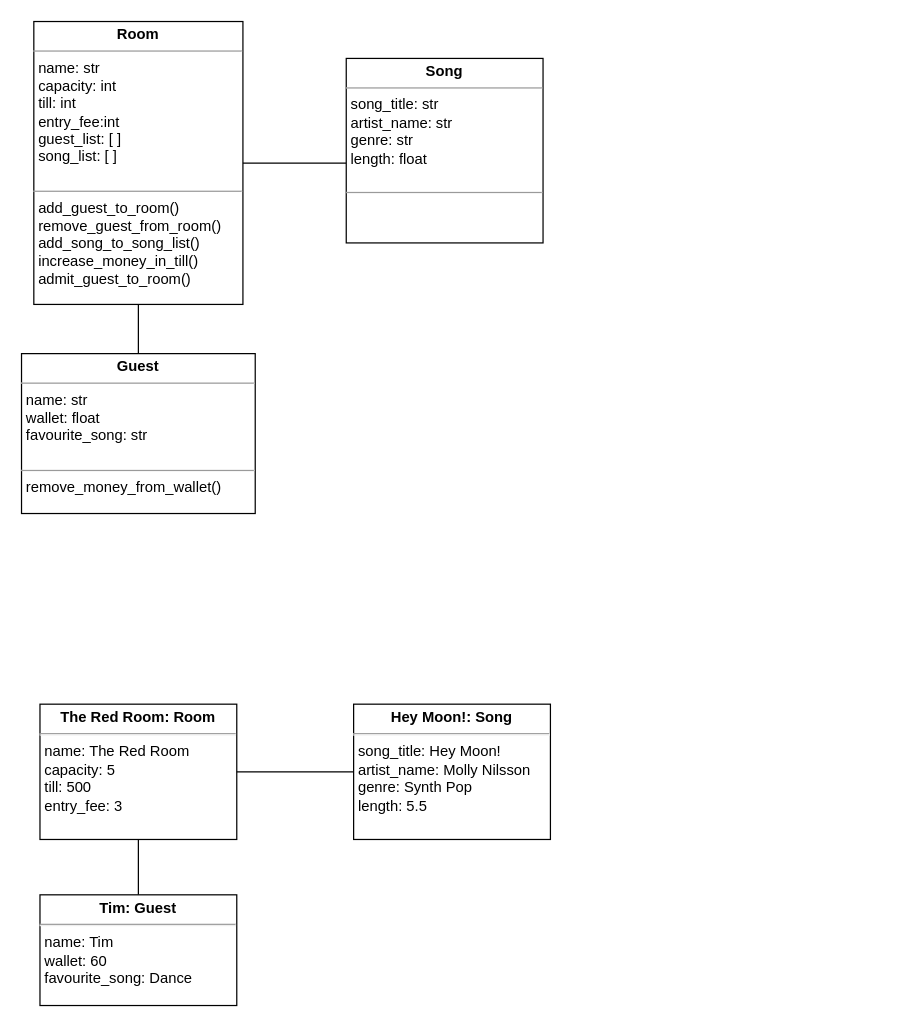
Above: class_diagrams/codeclan_caraoke_class_diagram.drawio in benbeardyman/week_02_weekend_HW (draw.io), before the change. Source tidied: cells renumbered, new cells numbered last; positions are measured from the earlier drawing's top-left corner, leaving out a move shared by most shapes. Both pictures are drawn from the tidied source at 123%, with x=0, y=0 at pixel (21, 21).
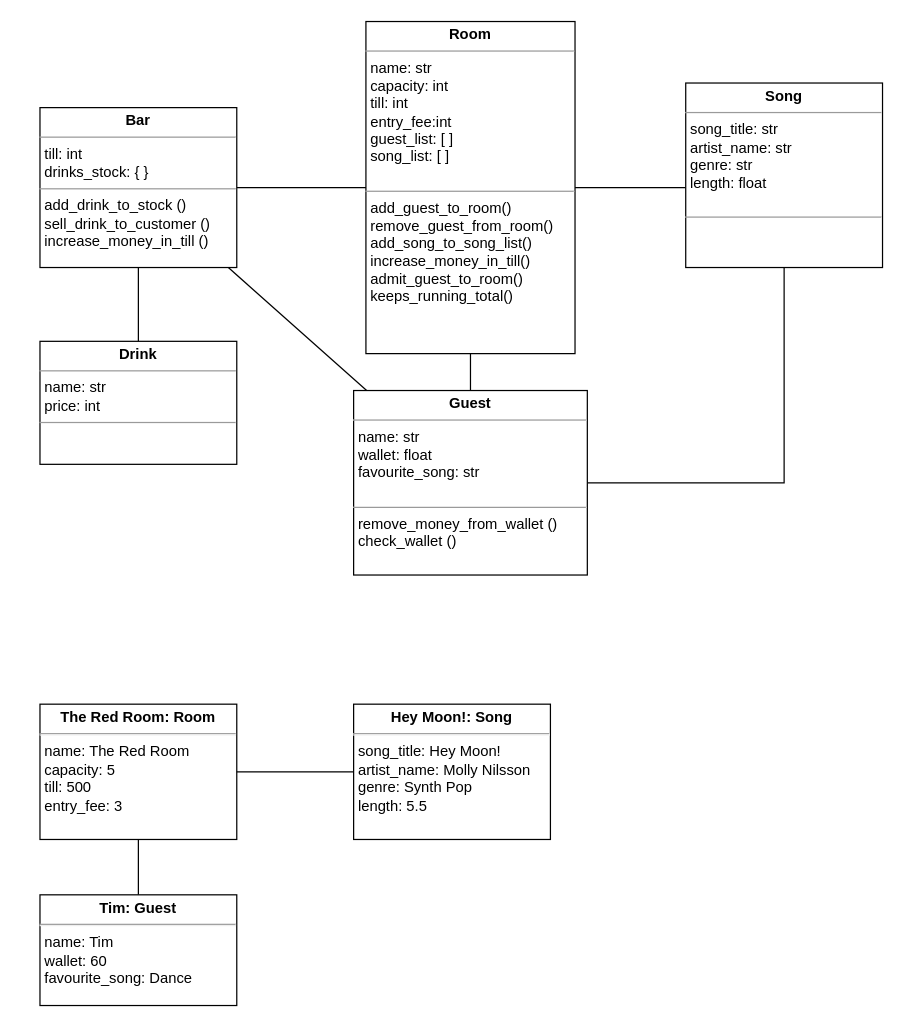
After the change.

Commit message (it also covers changes not shown here):
began adding bar + drinks classes

The edit, as a diff of the source:
```diff
@@
 <mxGraphModel>
   <root>
     <mxCell id="0" />
     <mxCell id="1" parent="0" />
-    <mxCell id="2" value="&lt;p style=&quot;margin:0px;margin-top:4px;text-align:center;&quot;&gt;&lt;b&gt;Room&lt;/b&gt;&lt;/p&gt;&lt;hr size=&quot;1&quot;&gt;&lt;p style=&quot;margin:0px;margin-left:4px;&quot;&gt;name: str&lt;/p&gt;&lt;p style=&quot;margin:0px;margin-left:4px;&quot;&gt;capacity: int&lt;/p&gt;&lt;p style=&quot;margin:0px;margin-left:4px;&quot;&gt;till: int&lt;/p&gt;&lt;p style=&quot;margin:0px;margin-left:4px;&quot;&gt;entry_fee:int&lt;/p&gt;&lt;p style=&quot;margin:0px;margin-left:4px;&quot;&gt;guest_list: [ ]&lt;/p&gt;&lt;p style=&quot;margin:0px;margin-left:4px;&quot;&gt;song_list: [ ]&lt;/p&gt;&lt;p style=&quot;margin:0px;margin-left:4px;&quot;&gt;&lt;br&gt;&lt;/p&gt;&lt;hr size=&quot;1&quot;&gt;&lt;p style=&quot;margin:0px;margin-left:4px;&quot;&gt;add_guest_to_room()&lt;/p&gt;&lt;p style=&quot;margin:0px;margin-left:4px;&quot;&gt;remove_guest_from_room()&lt;/p&gt;&lt;p style=&quot;margin:0px;margin-left:4px;&quot;&gt;add_song_to_song_list()&lt;/p&gt;&lt;p style=&quot;margin:0px;margin-left:4px;&quot;&gt;increase_money_in_till()&lt;/p&gt;&lt;p style=&quot;margin:0px;margin-left:4px;&quot;&gt;admit_guest_to_room()&lt;/p&gt;" style="verticalAlign=top;align=left;overflow=fill;fontSize=12;fontFamily=Helvetica;html=1;" parent="1" vertex="1">
-      <mxGeometry x="10" width="170" height="230" as="geometry" />
+    <mxCell id="2" value="&lt;p style=&quot;margin:0px;margin-top:4px;text-align:center;&quot;&gt;&lt;b&gt;Room&lt;/b&gt;&lt;/p&gt;&lt;hr size=&quot;1&quot;&gt;&lt;p style=&quot;margin:0px;margin-left:4px;&quot;&gt;name: str&lt;/p&gt;&lt;p style=&quot;margin:0px;margin-left:4px;&quot;&gt;capacity: int&lt;/p&gt;&lt;p style=&quot;margin:0px;margin-left:4px;&quot;&gt;till: int&lt;/p&gt;&lt;p style=&quot;margin:0px;margin-left:4px;&quot;&gt;entry_fee:int&lt;/p&gt;&lt;p style=&quot;margin:0px;margin-left:4px;&quot;&gt;guest_list: [ ]&lt;/p&gt;&lt;p style=&quot;margin:0px;margin-left:4px;&quot;&gt;song_list: [ ]&lt;/p&gt;&lt;p style=&quot;margin:0px;margin-left:4px;&quot;&gt;&lt;br&gt;&lt;/p&gt;&lt;hr size=&quot;1&quot;&gt;&lt;p style=&quot;margin:0px;margin-left:4px;&quot;&gt;add_guest_to_room()&lt;/p&gt;&lt;p style=&quot;margin:0px;margin-left:4px;&quot;&gt;remove_guest_from_room()&lt;/p&gt;&lt;p style=&quot;margin:0px;margin-left:4px;&quot;&gt;add_song_to_song_list()&lt;/p&gt;&lt;p style=&quot;margin:0px;margin-left:4px;&quot;&gt;increase_money_in_till()&lt;/p&gt;&lt;p style=&quot;margin:0px;margin-left:4px;&quot;&gt;admit_guest_to_room()&lt;/p&gt;&lt;p style=&quot;margin:0px;margin-left:4px;&quot;&gt;keeps_running_total()&lt;/p&gt;" style="verticalAlign=top;align=left;overflow=fill;fontSize=12;fontFamily=Helvetica;html=1;" parent="1" vertex="1">
+      <mxGeometry x="280" width="170" height="270" as="geometry" />
     </mxCell>
     <mxCell id="3" style="edgeStyle=orthogonalEdgeStyle;rounded=0;jettySize=auto;html=1;endArrow=none;endFill=0;" parent="1" edge="1" source="4" target="2">
       <mxGeometry relative="1" as="geometry" />
     </mxCell>
+    <mxCell id="12" style="edgeStyle=orthogonalEdgeStyle;rounded=0;jettySize=auto;html=1;endArrow=none;endFill=0;" parent="1" edge="1" source="4" target="6">
+      <mxGeometry relative="1" as="geometry" />
+    </mxCell>
+    <mxCell id="13" style="edgeStyle=none;rounded=0;jettySize=auto;html=1;endArrow=none;endFill=0;" parent="1" edge="1" source="4" target="15">
+      <mxGeometry relative="1" as="geometry" />
+    </mxCell>
-    <mxCell id="4" value="&lt;p style=&quot;margin:0px;margin-top:4px;text-align:center;&quot;&gt;&lt;b&gt;Guest&lt;/b&gt;&lt;/p&gt;&lt;hr size=&quot;1&quot;&gt;&lt;p style=&quot;margin:0px;margin-left:4px;&quot;&gt;name: str&lt;/p&gt;&lt;p style=&quot;margin:0px;margin-left:4px;&quot;&gt;wallet: float&lt;/p&gt;&lt;p style=&quot;margin:0px;margin-left:4px;&quot;&gt;favourite_song: str&lt;/p&gt;&lt;p style=&quot;margin:0px;margin-left:4px;&quot;&gt;&lt;br&gt;&lt;/p&gt;&lt;hr size=&quot;1&quot;&gt;&lt;p style=&quot;margin:0px;margin-left:4px;&quot;&gt;remove_money_from_wallet()&lt;/p&gt;" style="verticalAlign=top;align=left;overflow=fill;fontSize=12;fontFamily=Helvetica;html=1;" parent="1" vertex="1">
-      <mxGeometry y="270" width="190" height="130" as="geometry" />
+    <mxCell id="4" value="&lt;p style=&quot;margin:0px;margin-top:4px;text-align:center;&quot;&gt;&lt;b&gt;Guest&lt;/b&gt;&lt;/p&gt;&lt;hr size=&quot;1&quot;&gt;&lt;p style=&quot;margin:0px;margin-left:4px;&quot;&gt;name: str&lt;/p&gt;&lt;p style=&quot;margin:0px;margin-left:4px;&quot;&gt;wallet: float&lt;/p&gt;&lt;p style=&quot;margin:0px;margin-left:4px;&quot;&gt;favourite_song: str&lt;/p&gt;&lt;p style=&quot;margin:0px;margin-left:4px;&quot;&gt;&lt;br&gt;&lt;/p&gt;&lt;hr size=&quot;1&quot;&gt;&lt;p style=&quot;margin:0px;margin-left:4px;&quot;&gt;remove_money_from_wallet ()&lt;/p&gt;&lt;p style=&quot;margin:0px;margin-left:4px;&quot;&gt;check_wallet ()&lt;/p&gt;" style="verticalAlign=top;align=left;overflow=fill;fontSize=12;fontFamily=Helvetica;html=1;" parent="1" vertex="1">
+      <mxGeometry x="270" y="300" width="190" height="150" as="geometry" />
     </mxCell>
     <mxCell id="5" style="rounded=0;jettySize=auto;html=1;endArrow=none;endFill=0;exitX=0;exitY=0.567;exitDx=0;exitDy=0;exitPerimeter=0;" parent="1" edge="1" source="6" target="2">
       <mxGeometry relative="1" as="geometry" />
     </mxCell>
     <mxCell id="6" value="&lt;p style=&quot;margin:0px;margin-top:4px;text-align:center;&quot;&gt;&lt;b&gt;Song&lt;/b&gt;&lt;/p&gt;&lt;hr size=&quot;1&quot;&gt;&lt;p style=&quot;margin:0px;margin-left:4px;&quot;&gt;song_title: str&lt;/p&gt;&lt;p style=&quot;margin:0px;margin-left:4px;&quot;&gt;artist_name: str&lt;/p&gt;&lt;p style=&quot;margin:0px;margin-left:4px;&quot;&gt;genre: str&lt;/p&gt;&lt;p style=&quot;margin:0px;margin-left:4px;&quot;&gt;length: float&lt;/p&gt;&lt;p style=&quot;margin:0px;margin-left:4px;&quot;&gt;&lt;br&gt;&lt;/p&gt;&lt;hr size=&quot;1&quot;&gt;&lt;p style=&quot;margin:0px;margin-left:4px;&quot;&gt;&lt;br&gt;&lt;/p&gt;" style="verticalAlign=top;align=left;overflow=fill;fontSize=12;fontFamily=Helvetica;html=1;" parent="1" vertex="1">
-      <mxGeometry x="264" y="30" width="160" height="150" as="geometry" />
+      <mxGeometry x="540" y="50" width="160" height="150" as="geometry" />
     </mxCell>
     <mxCell id="7" value="&lt;p style=&quot;margin: 4px 0px 0px; text-align: center;&quot;&gt;&lt;b style=&quot;&quot;&gt;The Red Room: Room&lt;/b&gt;&lt;/p&gt;&lt;hr&gt;&lt;p style=&quot;margin: 0px 0px 0px 4px;&quot;&gt;name: The Red Room&lt;/p&gt;&lt;p style=&quot;margin: 0px 0px 0px 4px;&quot;&gt;capacity: 5&lt;/p&gt;&lt;p style=&quot;margin: 0px 0px 0px 4px;&quot;&gt;till: 500&lt;/p&gt;&lt;p style=&quot;margin: 0px 0px 0px 4px;&quot;&gt;entry_fee: 3&lt;/p&gt;" style="verticalAlign=top;align=left;overflow=fill;fontSize=12;fontFamily=Helvetica;html=1;" parent="1" vertex="1">
       <mxGeometry x="15" y="555" width="160" height="110" as="geometry" />
     </mxCell>
     <mxCell id="8" style="edgeStyle=orthogonalEdgeStyle;rounded=0;jettySize=auto;html=1;endArrow=none;endFill=0;" parent="1" edge="1" source="9" target="7">
       <mxGeometry relative="1" as="geometry" />
     </mxCell>
     <mxCell id="9" value="&lt;p style=&quot;margin: 4px 0px 0px; text-align: center;&quot;&gt;&lt;b style=&quot;&quot;&gt;Tim: Guest&lt;/b&gt;&lt;/p&gt;&lt;hr&gt;&lt;p style=&quot;margin: 0px 0px 0px 4px;&quot;&gt;name: Tim&lt;/p&gt;&lt;p style=&quot;margin: 0px 0px 0px 4px;&quot;&gt;wallet: 60&lt;/p&gt;&lt;p style=&quot;margin: 0px 0px 0px 4px;&quot;&gt;favourite_song: Dance&lt;/p&gt;" style="verticalAlign=top;align=left;overflow=fill;fontSize=12;fontFamily=Helvetica;html=1;" parent="1" vertex="1">
       <mxGeometry x="15" y="710" width="160" height="90" as="geometry" />
     </mxCell>
     <mxCell id="10" style="edgeStyle=orthogonalEdgeStyle;rounded=0;jettySize=auto;html=1;endArrow=none;endFill=0;" parent="1" edge="1" source="11" target="7">
       <mxGeometry relative="1" as="geometry" />
     </mxCell>
     <mxCell id="11" value="&lt;p style=&quot;margin: 4px 0px 0px; text-align: center;&quot;&gt;&lt;b style=&quot;&quot;&gt;Hey Moon!: Song&lt;/b&gt;&lt;/p&gt;&lt;hr&gt;&lt;p style=&quot;margin: 0px 0px 0px 4px;&quot;&gt;song_title: Hey Moon!&lt;/p&gt;&lt;p style=&quot;margin: 0px 0px 0px 4px;&quot;&gt;artist_name: Molly Nilsson&lt;/p&gt;&lt;p style=&quot;margin: 0px 0px 0px 4px;&quot;&gt;genre: Synth Pop&lt;/p&gt;&lt;p style=&quot;margin: 0px 0px 0px 4px;&quot;&gt;length: 5.5&lt;/p&gt;" style="verticalAlign=top;align=left;overflow=fill;fontSize=12;fontFamily=Helvetica;html=1;" parent="1" vertex="1">
       <mxGeometry x="270" y="555" width="160" height="110" as="geometry" />
     </mxCell>
+    <mxCell id="14" style="rounded=0;jettySize=auto;html=1;endArrow=none;endFill=0;" parent="1" edge="1" source="15" target="2">
+      <mxGeometry relative="1" as="geometry" />
+    </mxCell>
+    <mxCell id="15" value="&lt;p style=&quot;margin:0px;margin-top:4px;text-align:center;&quot;&gt;&lt;b&gt;Bar&lt;/b&gt;&lt;/p&gt;&lt;hr size=&quot;1&quot;&gt;&lt;p style=&quot;margin:0px;margin-left:4px;&quot;&gt;&lt;span style=&quot;background-color: initial;&quot;&gt;till: int&lt;/span&gt;&lt;br&gt;&lt;/p&gt;&lt;p style=&quot;margin:0px;margin-left:4px;&quot;&gt;&lt;span style=&quot;background-color: initial;&quot;&gt;drinks_stock: { }&lt;/span&gt;&lt;/p&gt;&lt;hr size=&quot;1&quot;&gt;&lt;p style=&quot;margin:0px;margin-left:4px;&quot;&gt;add_drink_to_stock ()&lt;/p&gt;&lt;p style=&quot;margin:0px;margin-left:4px;&quot;&gt;sell_drink_to_customer ()&lt;/p&gt;&lt;p style=&quot;margin:0px;margin-left:4px;&quot;&gt;increase_money_in_till ()&lt;/p&gt;" style="verticalAlign=top;align=left;overflow=fill;fontSize=12;fontFamily=Helvetica;html=1;" parent="1" vertex="1">
+      <mxGeometry x="15" y="70" width="160" height="130" as="geometry" />
+    </mxCell>
+    <mxCell id="16" style="edgeStyle=none;rounded=0;jettySize=auto;html=1;endArrow=none;endFill=0;" parent="1" edge="1" source="17" target="15">
+      <mxGeometry relative="1" as="geometry" />
+    </mxCell>
+    <mxCell id="17" value="&lt;p style=&quot;margin:0px;margin-top:4px;text-align:center;&quot;&gt;&lt;b&gt;Drink&lt;/b&gt;&lt;/p&gt;&lt;hr size=&quot;1&quot;&gt;&lt;p style=&quot;margin:0px;margin-left:4px;&quot;&gt;&lt;span style=&quot;background-color: initial;&quot;&gt;name: str&lt;/span&gt;&lt;br&gt;&lt;/p&gt;&lt;p style=&quot;margin:0px;margin-left:4px;&quot;&gt;&lt;span style=&quot;background-color: initial;&quot;&gt;price: int&lt;/span&gt;&lt;/p&gt;&lt;hr size=&quot;1&quot;&gt;&lt;p style=&quot;margin:0px;margin-left:4px;&quot;&gt;&lt;br&gt;&lt;/p&gt;" style="verticalAlign=top;align=left;overflow=fill;fontSize=12;fontFamily=Helvetica;html=1;" parent="1" vertex="1">
+      <mxGeometry x="15" y="260" width="160" height="100" as="geometry" />
+    </mxCell>
   </root>
 </mxGraphModel>
```
